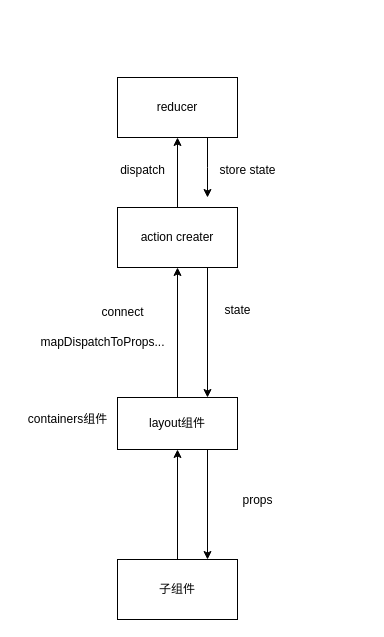
Before: 未命名绘图.drawio in MongoRolls/AAA_note, a draw.io diagram. Source tidied: cells renumbered, new cells numbered last; positions are measured from the earlier drawing's top-left corner, leaving out a move shared by most shapes. Both pictures are drawn from the tidied source at 100%, with x=0, y=0 at pixel (17, 77).
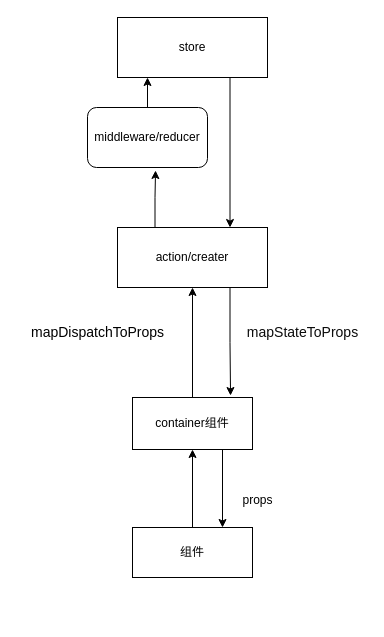
The same page after the edit.

Commit message:
更新未命名绘图.drawio

Diff of the diagram source:
```diff
@@
 <mxGraphModel>
   <root>
     <mxCell id="0" />
     <mxCell id="1" parent="0" />
     <mxCell id="2" style="edgeStyle=orthogonalEdgeStyle;rounded=0;jettySize=auto;html=1;exitX=0.5;exitY=0;exitDx=0;exitDy=0;entryX=0.5;entryY=1;entryDx=0;entryDy=0;" parent="1" edge="1" source="4" target="11">
       <mxGeometry relative="1" as="geometry" />
     </mxCell>
     <mxCell id="3" style="edgeStyle=orthogonalEdgeStyle;rounded=0;jettySize=auto;html=1;exitX=0.75;exitY=1;exitDx=0;exitDy=0;entryX=0.75;entryY=0;entryDx=0;entryDy=0;" parent="1" edge="1" source="4" target="6">
       <mxGeometry relative="1" as="geometry" />
     </mxCell>
-    <mxCell id="4" value="layout组件" style="rounded=0;whiteSpace=wrap;html=1;" parent="1" vertex="1">
-      <mxGeometry x="100" y="320" width="120" height="52" as="geometry" />
+    <mxCell id="4" value="container组件" style="rounded=0;whiteSpace=wrap;html=1;" parent="1" vertex="1">
+      <mxGeometry x="115" y="320" width="120" height="52" as="geometry" />
     </mxCell>
     <mxCell id="5" style="edgeStyle=orthogonalEdgeStyle;rounded=0;jettySize=auto;html=1;exitX=0.5;exitY=0;exitDx=0;exitDy=0;entryX=0.5;entryY=1;entryDx=0;entryDy=0;" parent="1" edge="1" source="6" target="4">
       <mxGeometry relative="1" as="geometry" />
     </mxCell>
-    <mxCell id="6" value="子组件" style="rounded=0;whiteSpace=wrap;html=1;" parent="1" vertex="1">
-      <mxGeometry x="100" y="482" width="120" height="60" as="geometry" />
+    <mxCell id="6" value="组件" style="rounded=0;whiteSpace=wrap;html=1;" parent="1" vertex="1">
+      <mxGeometry x="115" y="450" width="120" height="50" as="geometry" />
     </mxCell>
-    <mxCell id="7" value="mapDispatchToProps..." style="text;html=1;align=center;verticalAlign=middle;strokeColor=none;fillColor=none;" parent="1" vertex="1">
-      <mxGeometry x="10" y="250" width="150" height="30" as="geometry" />
+    <mxCell id="7" value="mapDispatchToProps" style="text;html=1;align=center;verticalAlign=middle;strokeColor=none;fillColor=none;fontSize=14;" parent="1" vertex="1">
+      <mxGeometry y="240" width="160" height="30" as="geometry" />
     </mxCell>
-    <mxCell id="8" value="containers组件" style="text;html=1;align=center;verticalAlign=middle;strokeColor=none;fillColor=none;" parent="1" vertex="1">
-      <mxGeometry y="327" width="100" height="30" as="geometry" />
-    </mxCell>
-    <mxCell id="9" style="edgeStyle=orthogonalEdgeStyle;rounded=0;jettySize=auto;html=1;exitX=0.5;exitY=0;exitDx=0;exitDy=0;entryX=0.5;entryY=1;entryDx=0;entryDy=0;" parent="1" edge="1" source="11" target="14">
-      <mxGeometry relative="1" as="geometry" />
-    </mxCell>
+    <mxCell id="11" value="action/creater" style="rounded=0;whiteSpace=wrap;html=1;" parent="1" vertex="1">
+      <mxGeometry x="100" y="150" width="150" height="60" as="geometry" />
+    </mxCell>
+    <mxCell id="19" style="edgeStyle=orthogonalEdgeStyle;rounded=0;jettySize=auto;html=1;exitX=0.75;exitY=1;exitDx=0;exitDy=0;entryX=0.75;entryY=0;entryDx=0;entryDy=0;" parent="1" edge="1" source="14" target="11">
+      <mxGeometry relative="1" as="geometry" />
+    </mxCell>
+    <mxCell id="14" value="store" style="rounded=0;whiteSpace=wrap;html=1;" parent="1" vertex="1">
+      <mxGeometry x="100" y="-60" width="150" height="60" as="geometry" />
+    </mxCell>
+    <mxCell id="18" value="props" style="text;html=1;align=center;verticalAlign=middle;strokeColor=none;fillColor=none;" parent="1" vertex="1">
+      <mxGeometry x="215" y="408" width="50" height="30" as="geometry" />
+    </mxCell>
+    <mxCell id="20" value="&lt;p style=&quot;white-space: pre-wrap; text-align: start; margin: 0px;&quot;&gt;&lt;span style=&quot;color: rgb(12, 12, 12);&quot;&gt;&lt;font style=&quot;font-size: 14px;&quot;&gt;mapStateToProps&lt;/font&gt;&lt;/span&gt;&lt;/p&gt;" style="text;html=1;align=center;verticalAlign=middle;strokeColor=none;fillColor=none;" parent="1" vertex="1">
+      <mxGeometry x="220" y="240" width="130" height="30" as="geometry" />
+    </mxCell>
+    <mxCell id="21" style="edgeStyle=orthogonalEdgeStyle;rounded=0;jettySize=auto;html=1;" parent="1" edge="1" source="22" target="14">
+      <mxGeometry relative="1" as="geometry">
+        <Array as="points">
+          <mxPoint x="130" />
+          <mxPoint x="130" />
+        </Array>
+      </mxGeometry>
+    </mxCell>
+    <mxCell id="22" value="middleware/reducer" style="rounded=1;whiteSpace=wrap;html=1;" parent="1" vertex="1">
+      <mxGeometry x="70" y="30" width="120" height="60" as="geometry" />
+    </mxCell>
-    <mxCell id="10" style="edgeStyle=orthogonalEdgeStyle;rounded=0;jettySize=auto;html=1;exitX=0.75;exitY=1;exitDx=0;exitDy=0;entryX=0.75;entryY=0;entryDx=0;entryDy=0;" parent="1" edge="1" source="11" target="4">
+    <mxCell id="10" style="edgeStyle=orthogonalEdgeStyle;rounded=0;jettySize=auto;html=1;exitX=0.75;exitY=1;exitDx=0;exitDy=0;entryX=0.817;entryY=-0.038;entryDx=0;entryDy=0;entryPerimeter=0;" parent="1" edge="1" source="11" target="4">
       <mxGeometry relative="1" as="geometry" />
     </mxCell>
-    <mxCell id="11" value="action creater" style="rounded=0;whiteSpace=wrap;html=1;" parent="1" vertex="1">
-      <mxGeometry x="100" y="130" width="120" height="60" as="geometry" />
-    </mxCell>
-    <mxCell id="12" value="connect" style="text;html=1;align=center;verticalAlign=middle;strokeColor=none;fillColor=none;" parent="1" vertex="1">
-      <mxGeometry x="70" y="220" width="70" height="30" as="geometry" />
-    </mxCell>
-    <mxCell id="13" style="edgeStyle=orthogonalEdgeStyle;rounded=0;jettySize=auto;html=1;exitX=0.75;exitY=1;exitDx=0;exitDy=0;" parent="1" edge="1" source="14">
-      <mxGeometry relative="1" as="geometry">
-        <mxPoint x="190" y="120" as="targetPoint" />
-      </mxGeometry>
-    </mxCell>
-    <mxCell id="14" value="reducer" style="rounded=0;whiteSpace=wrap;html=1;" parent="1" vertex="1">
-      <mxGeometry x="100" width="120" height="60" as="geometry" />
-    </mxCell>
-    <mxCell id="15" value="dispatch" style="text;html=1;align=center;verticalAlign=middle;strokeColor=none;fillColor=none;" parent="1" vertex="1">
-      <mxGeometry x="90" y="78" width="70" height="30" as="geometry" />
-    </mxCell>
-    <mxCell id="16" value="store state" style="text;html=1;align=center;verticalAlign=middle;strokeColor=none;fillColor=none;" parent="1" vertex="1">
-      <mxGeometry x="190" y="78" width="80" height="30" as="geometry" />
-    </mxCell>
-    <mxCell id="17" value="state" style="text;html=1;align=center;verticalAlign=middle;strokeColor=none;fillColor=none;" parent="1" vertex="1">
-      <mxGeometry x="195" y="218" width="50" height="30" as="geometry" />
-    </mxCell>
-    <mxCell id="18" value="props" style="text;html=1;align=center;verticalAlign=middle;strokeColor=none;fillColor=none;" parent="1" vertex="1">
-      <mxGeometry x="215" y="408" width="50" height="30" as="geometry" />
-    </mxCell>
+    <mxCell id="23" style="edgeStyle=orthogonalEdgeStyle;rounded=0;jettySize=auto;html=1;exitX=0.25;exitY=0;exitDx=0;exitDy=0;entryX=0.567;entryY=1.05;entryDx=0;entryDy=0;entryPerimeter=0;" parent="1" edge="1" source="11" target="22">
+      <mxGeometry relative="1" as="geometry" />
+    </mxCell>
   </root>
 </mxGraphModel>
```
